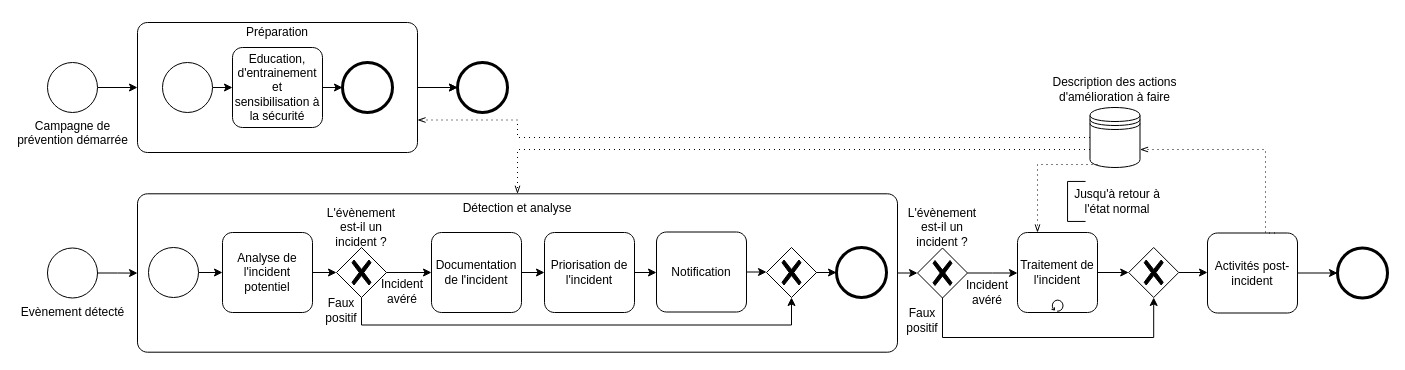
Before: standards/NIST.drawio in netmme/cyber-diagramme-d-activites, a draw.io diagram. Source tidied: cells renumbered, new cells numbered last; positions are measured from the earlier drawing's top-left corner, leaving out a move shared by most shapes. Both pictures are drawn from the tidied source at 100%, with x=0, y=0 at pixel (47, 17).
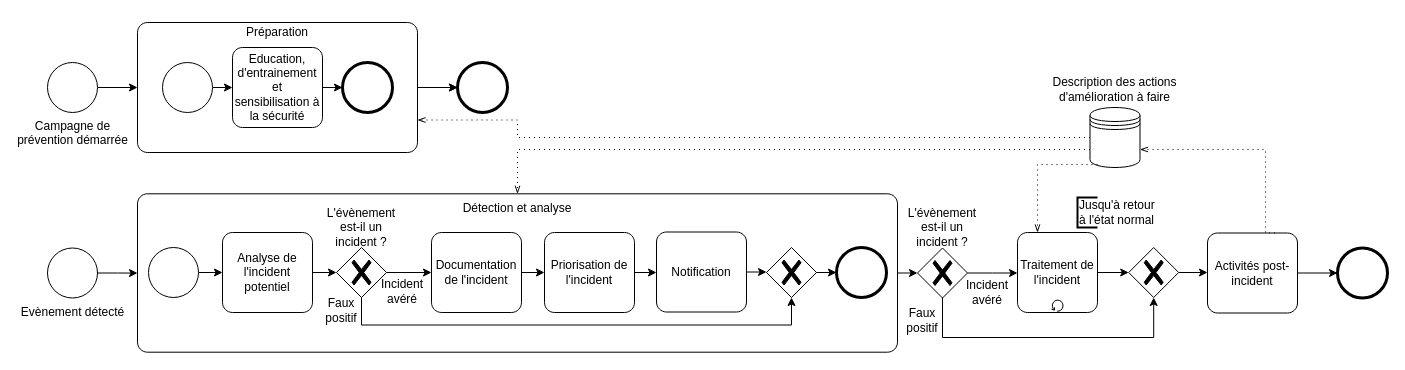
The same diagram, later.

What changed in the source:
```diff
@@
-    <mxCell id="48" style="group;" parent="1" vertex="1">
-      <mxGeometry x="1020" y="164" width="95" height="40" as="geometry" />
-    </mxCell>
-    <mxCell id="49" style="shape=partialRectangle;whiteSpace=wrap;html=1;bottom=1;right=1;left=1;top=0;fillColor=none;routingCenterX=-0.5;rotation=90;" parent="48" vertex="1">
-      <mxGeometry x="-11.2" y="11.2" width="40" height="17.5" as="geometry" />
-    </mxCell>
-    <mxCell id="50" value="Jusqu'à retour à l'état normal" style="text;html=1;strokeColor=none;fillColor=none;align=center;verticalAlign=middle;whiteSpace=wrap;rounded=0;" parent="48" vertex="1">
-      <mxGeometry x="5" y="5" width="90" height="30" as="geometry" />
-    </mxCell>
@@
+    <mxCell id="50" value="Jusqu'à retour&lt;br&gt;à l'état normal" style="strokeWidth=2;html=1;shape=mxgraph.flowchart.annotation_1;align=left;" parent="1" vertex="1">
+      <mxGeometry x="1030" y="180" width="20" height="30" as="geometry" />
+    </mxCell>
```
